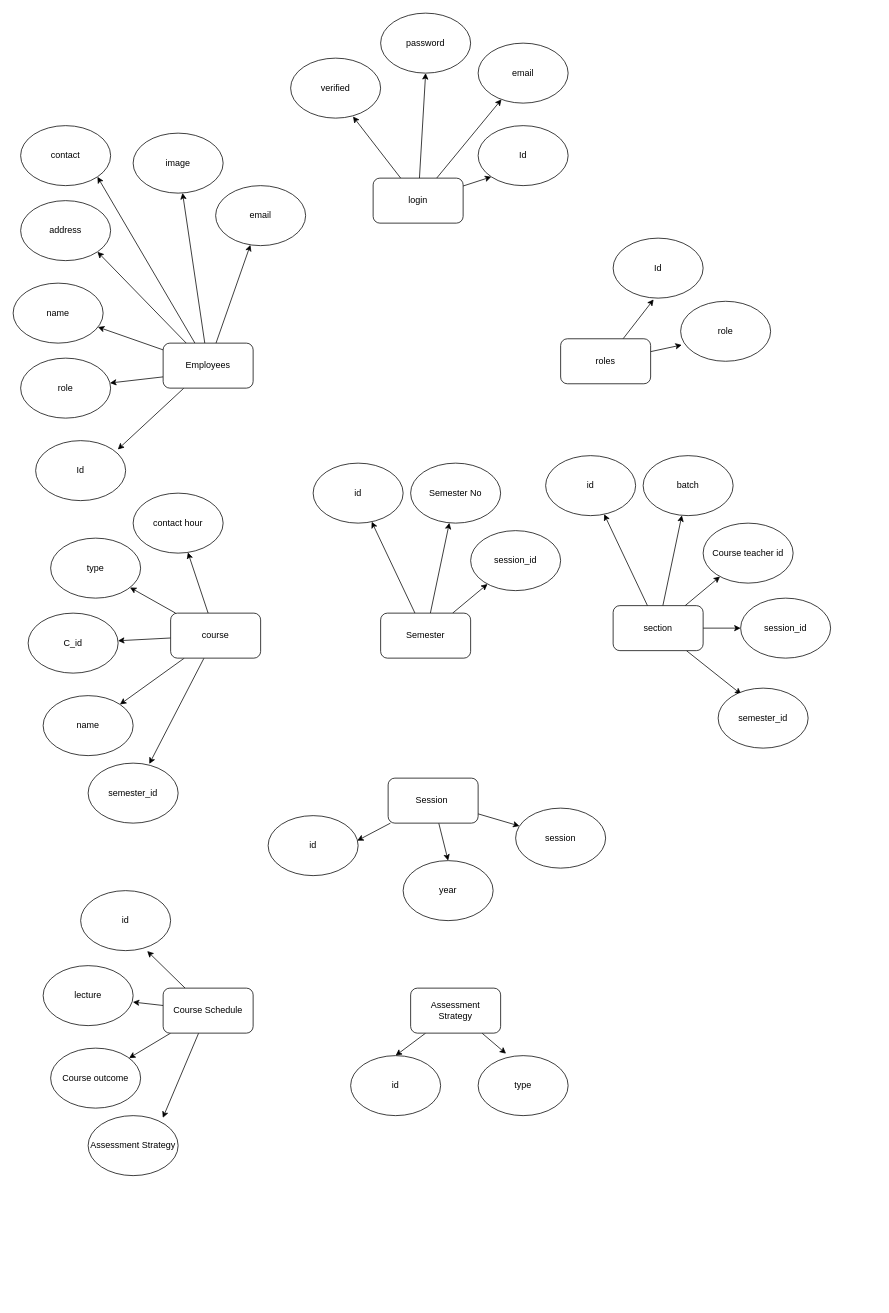
prashanta1542/uni_assign keeps this draw.io diagram as uni database.drawio. Above is the earlier version. Source tidied: cells renumbered, new cells numbered last; positions are measured from the earlier drawing's top-left corner, leaving out a move shared by most shapes. Both pictures are drawn from the tidied source at 75%, with x=0, y=0 at pixel (13, 13).
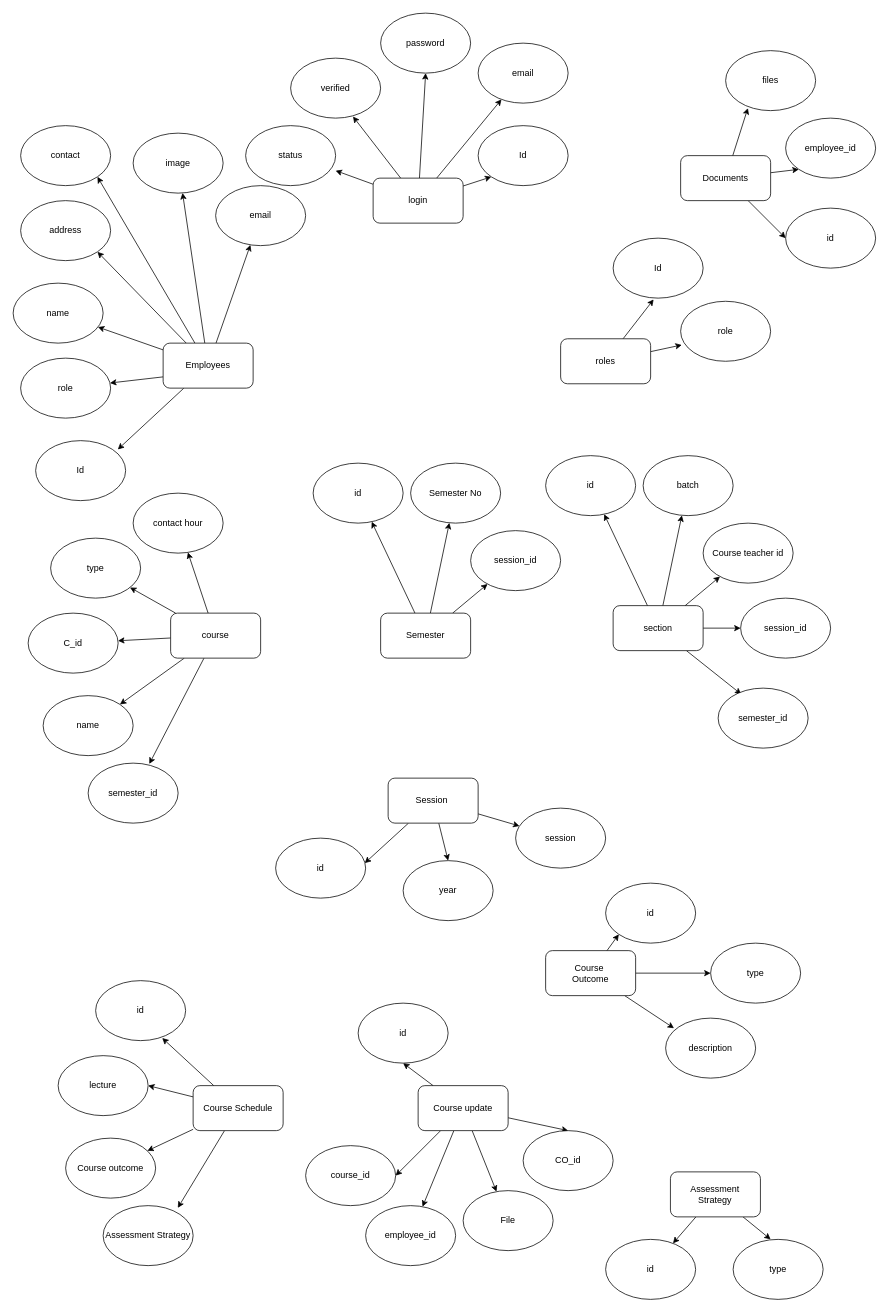
Above is the later version.

Unchanged cells that the change refers to:
```xml
<mxCell id="26" value="login" style="rounded=1;whiteSpace=wrap;html=1;" parent="1" vertex="1">
  <mxGeometry x="480" y="220" width="120" height="60" as="geometry" />
</mxCell>
```

The edit, as a diff of the source:
```diff
@@
+    <mxCell id="81" style="rounded=0;jettySize=auto;html=1;entryX=1;entryY=0.75;entryDx=0;entryDy=0;entryPerimeter=0;" parent="1" edge="1" source="26" target="107">
+      <mxGeometry relative="1" as="geometry" />
+    </mxCell>
@@
     <mxCell id="64" value="id" style="ellipse;whiteSpace=wrap;html=1;" parent="1" vertex="1">
-      <mxGeometry x="340" y="1070" width="120" height="80" as="geometry" />
+      <mxGeometry x="350" y="1100" width="120" height="80" as="geometry" />
     </mxCell>
@@
-    <mxCell id="67" style="rounded=0;jettySize=auto;html=1;entryX=0.74;entryY=1.007;entryDx=0;entryDy=0;entryPerimeter=0;" parent="1" edge="1" source="71" target="72">
+    <mxCell id="67" style="rounded=0;jettySize=auto;html=1;entryX=0.74;entryY=0.957;entryDx=0;entryDy=0;entryPerimeter=0;" parent="1" edge="1" source="71" target="72">
       <mxGeometry relative="1" as="geometry" />
     </mxCell>
-    <mxCell id="68" style="rounded=0;jettySize=auto;html=1;entryX=0.997;entryY=0.607;entryDx=0;entryDy=0;entryPerimeter=0;" parent="1" edge="1" source="71" target="73">
+    <mxCell id="68" style="rounded=0;jettySize=auto;html=1;entryX=1;entryY=0.5;entryDx=0;entryDy=0;" parent="1" edge="1" source="71" target="73">
       <mxGeometry relative="1" as="geometry" />
     </mxCell>
@@
     <mxCell id="71" value="Course Schedule" style="rounded=1;whiteSpace=wrap;html=1;" parent="1" vertex="1">
-      <mxGeometry x="200" y="1300" width="120" height="60" as="geometry" />
+      <mxGeometry x="240" y="1430" width="120" height="60" as="geometry" />
     </mxCell>
     <mxCell id="72" value="id" style="ellipse;whiteSpace=wrap;html=1;" parent="1" vertex="1">
-      <mxGeometry x="90" y="1170" width="120" height="80" as="geometry" />
+      <mxGeometry x="110" y="1290" width="120" height="80" as="geometry" />
     </mxCell>
     <mxCell id="73" value="lecture" style="ellipse;whiteSpace=wrap;html=1;" parent="1" vertex="1">
-      <mxGeometry x="40" y="1270" width="120" height="80" as="geometry" />
+      <mxGeometry x="60" y="1390" width="120" height="80" as="geometry" />
     </mxCell>
     <mxCell id="74" value="Course outcome" style="ellipse;whiteSpace=wrap;html=1;" parent="1" vertex="1">
-      <mxGeometry x="50" y="1380" width="120" height="80" as="geometry" />
+      <mxGeometry x="70" y="1500" width="120" height="80" as="geometry" />
     </mxCell>
     <mxCell id="75" value="Assessment Strategy" style="ellipse;whiteSpace=wrap;html=1;" parent="1" vertex="1">
-      <mxGeometry x="100" y="1470" width="120" height="80" as="geometry" />
+      <mxGeometry x="120" y="1590" width="120" height="80" as="geometry" />
     </mxCell>
-    <mxCell id="76" style="rounded=0;jettySize=auto;html=1;entryX=0.5;entryY=0;entryDx=0;entryDy=0;" parent="1" edge="1" source="78" target="79">
+    <mxCell id="76" style="rounded=0;jettySize=auto;html=1;" parent="1" edge="1" source="78" target="79">
       <mxGeometry relative="1" as="geometry" />
     </mxCell>
-    <mxCell id="77" style="rounded=0;jettySize=auto;html=1;entryX=0.31;entryY=-0.033;entryDx=0;entryDy=0;entryPerimeter=0;" parent="1" edge="1" source="78" target="80">
-      <mxGeometry relative="1" as="geometry" />
+    <mxCell id="77" style="rounded=0;jettySize=auto;html=1;" parent="1" edge="1" source="78">
+      <mxGeometry relative="1" as="geometry">
+        <mxPoint x="1010" y="1635" as="targetPoint" />
+      </mxGeometry>
     </mxCell>
     <mxCell id="78" value="Assessment&lt;br&gt;Strategy" style="rounded=1;whiteSpace=wrap;html=1;" parent="1" vertex="1">
-      <mxGeometry x="530" y="1300" width="120" height="60" as="geometry" />
+      <mxGeometry x="876.4" y="1545" width="120" height="60" as="geometry" />
     </mxCell>
     <mxCell id="79" value="id" style="ellipse;whiteSpace=wrap;html=1;" parent="1" vertex="1">
-      <mxGeometry x="450" y="1390" width="120" height="80" as="geometry" />
+      <mxGeometry x="790" y="1635" width="120" height="80" as="geometry" />
     </mxCell>
     <mxCell id="80" value="type" style="ellipse;whiteSpace=wrap;html=1;" parent="1" vertex="1">
-      <mxGeometry x="620" y="1390" width="120" height="80" as="geometry" />
+      <mxGeometry x="960" y="1635" width="120" height="80" as="geometry" />
     </mxCell>
+    <mxCell id="82" style="rounded=0;jettySize=auto;html=1;entryX=0.093;entryY=0.168;entryDx=0;entryDy=0;entryPerimeter=0;" parent="1" edge="1" source="85" target="88">
+      <mxGeometry relative="1" as="geometry" />
+    </mxCell>
+    <mxCell id="83" style="edgeStyle=orthogonalEdgeStyle;rounded=0;jettySize=auto;html=1;" parent="1" edge="1" source="85" target="87">
+      <mxGeometry relative="1" as="geometry" />
+    </mxCell>
+    <mxCell id="84" style="rounded=0;jettySize=auto;html=1;entryX=0;entryY=1;entryDx=0;entryDy=0;" parent="1" edge="1" source="85" target="86">
+      <mxGeometry relative="1" as="geometry" />
+    </mxCell>
+    <mxCell id="85" value="Course&amp;nbsp;&lt;br&gt;Outcome" style="rounded=1;whiteSpace=wrap;html=1;" parent="1" vertex="1">
+      <mxGeometry x="710" y="1250" width="120" height="60" as="geometry" />
+    </mxCell>
+    <mxCell id="86" value="id" style="ellipse;whiteSpace=wrap;html=1;" parent="1" vertex="1">
+      <mxGeometry x="790" y="1160" width="120" height="80" as="geometry" />
+    </mxCell>
+    <mxCell id="87" value="type" style="ellipse;whiteSpace=wrap;html=1;" parent="1" vertex="1">
+      <mxGeometry x="930" y="1240" width="120" height="80" as="geometry" />
+    </mxCell>
+    <mxCell id="88" value="description" style="ellipse;whiteSpace=wrap;html=1;" parent="1" vertex="1">
+      <mxGeometry x="870" y="1340" width="120" height="80" as="geometry" />
+    </mxCell>
+    <mxCell id="89" style="rounded=0;jettySize=auto;html=1;entryX=0.5;entryY=1;entryDx=0;entryDy=0;" parent="1" edge="1" source="94" target="95">
+      <mxGeometry relative="1" as="geometry" />
+    </mxCell>
+    <mxCell id="90" style="rounded=0;jettySize=auto;html=1;entryX=1;entryY=0.5;entryDx=0;entryDy=0;" parent="1" edge="1" source="94" target="96">
+      <mxGeometry relative="1" as="geometry" />
+    </mxCell>
+    <mxCell id="91" style="rounded=0;jettySize=auto;html=1;" parent="1" edge="1" source="94" target="97">
+      <mxGeometry relative="1" as="geometry" />
+    </mxCell>
+    <mxCell id="92" style="rounded=0;jettySize=auto;html=1;" parent="1" edge="1" source="94" target="99">
+      <mxGeometry relative="1" as="geometry" />
+    </mxCell>
+    <mxCell id="93" style="rounded=0;jettySize=auto;html=1;entryX=0.5;entryY=0;entryDx=0;entryDy=0;" parent="1" edge="1" source="94" target="98">
+      <mxGeometry relative="1" as="geometry" />
+    </mxCell>
+    <mxCell id="94" value="Course update" style="rounded=1;whiteSpace=wrap;html=1;" parent="1" vertex="1">
+      <mxGeometry x="540" y="1430" width="120" height="60" as="geometry" />
+    </mxCell>
+    <mxCell id="95" value="id" style="ellipse;whiteSpace=wrap;html=1;" parent="1" vertex="1">
+      <mxGeometry x="460" y="1320" width="120" height="80" as="geometry" />
+    </mxCell>
+    <mxCell id="96" value="course_id" style="ellipse;whiteSpace=wrap;html=1;" parent="1" vertex="1">
+      <mxGeometry x="390" y="1510" width="120" height="80" as="geometry" />
+    </mxCell>
+    <mxCell id="97" value="employee_id" style="ellipse;whiteSpace=wrap;html=1;" parent="1" vertex="1">
+      <mxGeometry x="470" y="1590" width="120" height="80" as="geometry" />
+    </mxCell>
+    <mxCell id="98" value="CO_id" style="ellipse;whiteSpace=wrap;html=1;" parent="1" vertex="1">
+      <mxGeometry x="680" y="1490" width="120" height="80" as="geometry" />
+    </mxCell>
+    <mxCell id="99" value="File" style="ellipse;whiteSpace=wrap;html=1;" parent="1" vertex="1">
+      <mxGeometry x="600" y="1570" width="120" height="80" as="geometry" />
+    </mxCell>
+    <mxCell id="100" style="rounded=0;jettySize=auto;html=1;entryX=0.247;entryY=0.958;entryDx=0;entryDy=0;entryPerimeter=0;" parent="1" edge="1" source="103" target="106">
+      <mxGeometry relative="1" as="geometry" />
+    </mxCell>
+    <mxCell id="101" style="rounded=0;jettySize=auto;html=1;entryX=0;entryY=1;entryDx=0;entryDy=0;" parent="1" edge="1" source="103" target="105">
+      <mxGeometry relative="1" as="geometry" />
+    </mxCell>
+    <mxCell id="102" style="rounded=0;jettySize=auto;html=1;entryX=0;entryY=0.5;entryDx=0;entryDy=0;" parent="1" edge="1" source="103" target="104">
+      <mxGeometry relative="1" as="geometry" />
+    </mxCell>
+    <mxCell id="103" value="Documents" style="rounded=1;whiteSpace=wrap;html=1;" parent="1" vertex="1">
+      <mxGeometry x="890" y="190" width="120" height="60" as="geometry" />
+    </mxCell>
+    <mxCell id="104" value="id" style="ellipse;whiteSpace=wrap;html=1;" parent="1" vertex="1">
+      <mxGeometry x="1030" y="260" width="120" height="80" as="geometry" />
+    </mxCell>
+    <mxCell id="105" value="employee_id" style="ellipse;whiteSpace=wrap;html=1;" parent="1" vertex="1">
+      <mxGeometry x="1030" y="140" width="120" height="80" as="geometry" />
+    </mxCell>
+    <mxCell id="106" value="files" style="ellipse;whiteSpace=wrap;html=1;" parent="1" vertex="1">
+      <mxGeometry x="950" y="50" width="120" height="80" as="geometry" />
+    </mxCell>
+    <mxCell id="107" value="status" style="ellipse;whiteSpace=wrap;html=1;" parent="1" vertex="1">
+      <mxGeometry x="310" y="150" width="120" height="80" as="geometry" />
+    </mxCell>
```
